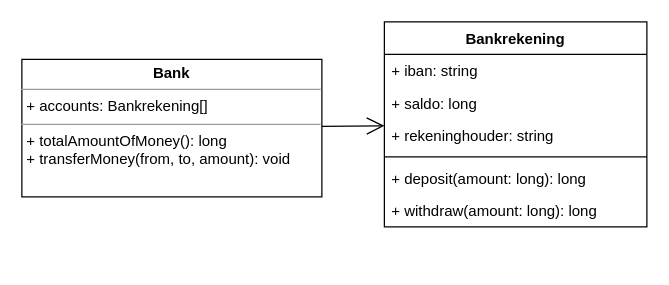
This is page "Bank" (4 of 5) of tekeningetjes.drawio from RaoulRoblesdeMedina/oocs-2021-07, a draw.io file, before an edit. Source tidied: cells renumbered, new cells numbered last; positions are measured from the earlier drawing's top-left corner, leaving out a move shared by most shapes. Both pictures are drawn from the tidied source at 125%, with x=0, y=0 at pixel (21, 21).
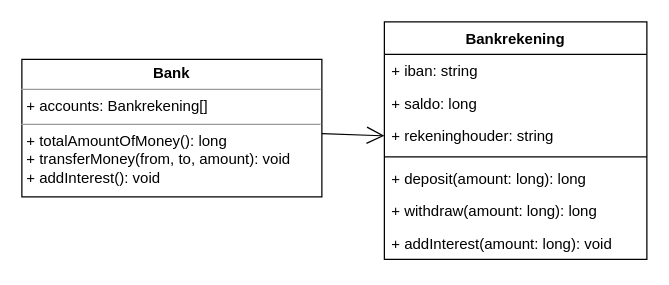
After the change.

Change to the diagram source:
```diff
@@
 <mxGraphModel>
   <root>
     <mxCell id="0" />
     <mxCell id="1" parent="0" />
-    <mxCell id="2" value="&lt;p style=&quot;margin: 0px ; margin-top: 4px ; text-align: center&quot;&gt;&lt;b&gt;Bank&lt;/b&gt;&lt;/p&gt;&lt;hr size=&quot;1&quot;&gt;&lt;p style=&quot;margin: 0px ; margin-left: 4px&quot;&gt;+ accounts: Bankrekening[]&lt;/p&gt;&lt;hr size=&quot;1&quot;&gt;&lt;p style=&quot;margin: 0px ; margin-left: 4px&quot;&gt;+ totalAmountOfMoney(): long&lt;/p&gt;&lt;p style=&quot;margin: 0px ; margin-left: 4px&quot;&gt;+ transferMoney(from, to, amount): void&lt;/p&gt;" style="verticalAlign=top;align=left;overflow=fill;fontSize=12;fontFamily=Helvetica;html=1;" parent="1" vertex="1">
+    <mxCell id="2" value="&lt;p style=&quot;margin: 0px ; margin-top: 4px ; text-align: center&quot;&gt;&lt;b&gt;Bank&lt;/b&gt;&lt;/p&gt;&lt;hr size=&quot;1&quot;&gt;&lt;p style=&quot;margin: 0px ; margin-left: 4px&quot;&gt;+ accounts: Bankrekening[]&lt;/p&gt;&lt;hr size=&quot;1&quot;&gt;&lt;p style=&quot;margin: 0px ; margin-left: 4px&quot;&gt;+ totalAmountOfMoney(): long&lt;/p&gt;&lt;p style=&quot;margin: 0px ; margin-left: 4px&quot;&gt;+ transferMoney(from, to, amount): void&lt;/p&gt;&lt;p style=&quot;margin: 0px ; margin-left: 4px&quot;&gt;+ addInterest(): void&lt;/p&gt;" style="verticalAlign=top;align=left;overflow=fill;fontSize=12;fontFamily=Helvetica;html=1;" parent="1" vertex="1">
       <mxGeometry y="30" width="240" height="110" as="geometry" />
     </mxCell>
     <mxCell id="3" value="Bankrekening" style="swimlane;fontStyle=1;align=center;verticalAlign=top;horizontal=1;startSize=26;" parent="1" vertex="1">
-      <mxGeometry x="290" width="210" height="164" as="geometry" />
+      <mxGeometry x="290" width="210" height="190" as="geometry" />
     </mxCell>
     <mxCell id="4" value="+ iban: string" style="text;strokeColor=none;fillColor=none;align=left;verticalAlign=top;spacingLeft=4;spacingRight=4;overflow=hidden;" parent="3" vertex="1">
       <mxGeometry y="26" width="210" height="26" as="geometry" />
     </mxCell>
     <mxCell id="5" value="+ saldo: long" style="text;strokeColor=none;fillColor=none;align=left;verticalAlign=top;spacingLeft=4;spacingRight=4;overflow=hidden;" parent="3" vertex="1">
       <mxGeometry y="52" width="210" height="26" as="geometry" />
     </mxCell>
     <mxCell id="6" value="+ rekeninghouder: string" style="text;strokeColor=none;fillColor=none;align=left;verticalAlign=top;spacingLeft=4;spacingRight=4;overflow=hidden;" parent="3" vertex="1">
       <mxGeometry y="78" width="210" height="26" as="geometry" />
     </mxCell>
     <mxCell id="7" style="line;strokeWidth=1;fillColor=none;align=left;verticalAlign=middle;spacingTop=-1;spacingLeft=3;spacingRight=3;labelPosition=right;" parent="3" vertex="1">
       <mxGeometry y="104" width="210" height="8" as="geometry" />
     </mxCell>
     <mxCell id="8" value="+ deposit(amount: long): long" style="text;strokeColor=none;fillColor=none;align=left;verticalAlign=top;spacingLeft=4;spacingRight=4;overflow=hidden;" parent="3" vertex="1">
       <mxGeometry y="112" width="210" height="26" as="geometry" />
     </mxCell>
     <mxCell id="9" value="+ withdraw(amount: long): long" style="text;strokeColor=none;fillColor=none;align=left;verticalAlign=top;spacingLeft=4;spacingRight=4;overflow=hidden;" parent="3" vertex="1">
       <mxGeometry y="138" width="210" height="26" as="geometry" />
     </mxCell>
+    <mxCell id="11" value="+ addInterest(amount: long): void" style="text;strokeColor=none;fillColor=none;align=left;verticalAlign=top;spacingLeft=4;spacingRight=4;overflow=hidden;" parent="3" vertex="1">
+      <mxGeometry y="164" width="210" height="26" as="geometry" />
+    </mxCell>
     <mxCell id="10" style="endArrow=open;endFill=1;endSize=12;html=1;" parent="1" edge="1" source="2" target="3">
       <mxGeometry relative="1" as="geometry" />
     </mxCell>
   </root>
 </mxGraphModel>
```
